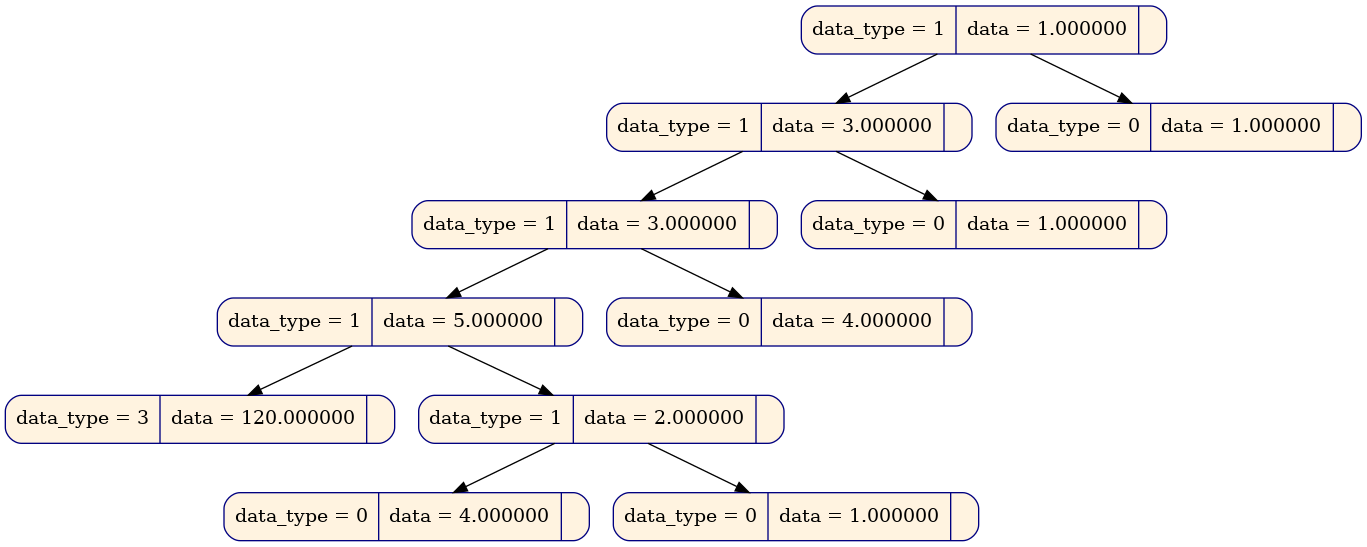
Earlier version of the Graphviz export diff_tree/gr_dump/res_tree_before_ret.dot.png (pupach/diff_tree). Its source is kept beside it as diff_tree/gr_dump/res_tree_before_ret.dot.
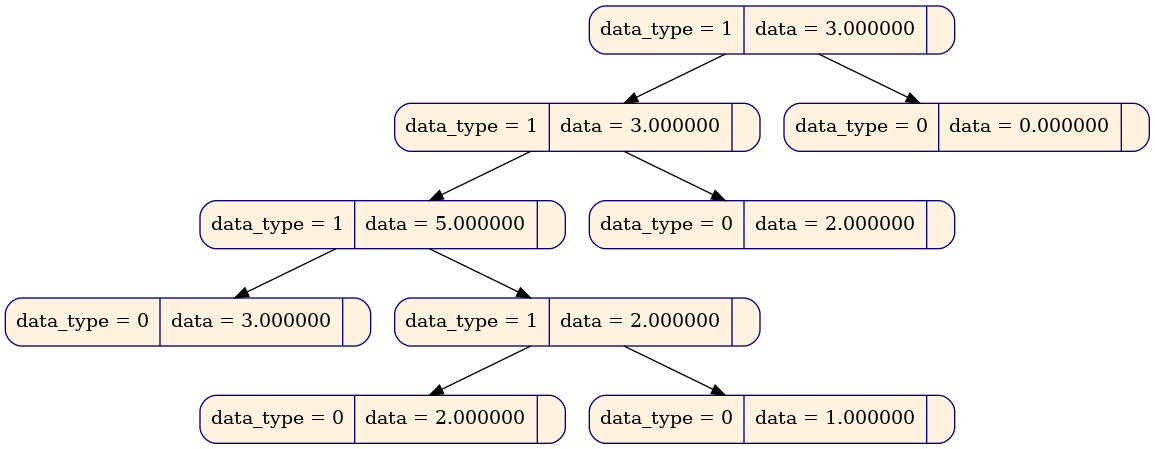
Above is the later version.

What changed in the source:
```diff
@@ -1,25 +1,21 @@
 digraph
 {
 node [shape = Mrecord, color  = "navy", style = "filled"];
-node0x620000000260[label = " data_type = 1 | data = 1.000000 | ", fillcolor = "#fff3e0", rank = 0];
-node0x61f000000200[label = " data_type = 1 | data = 3.000000 | ", fillcolor = "#fff3e0", rank = 1];
-node0x61e0000001a0[label = " data_type = 1 | data = 3.000000 | ", fillcolor = "#fff3e0", rank = 2];
-node0x61c000000140[label = " data_type = 1 | data = 5.000000 | ", fillcolor = "#fff3e0", rank = 3];
-node0x604000000050[label = " data_type = 3 | data = 120.000000 | ", fillcolor = "#fff3e0", rank = 4];
-node0x61c0000000b0[label = " data_type = 1 | data = 2.000000 | ", fillcolor = "#fff3e0", rank = 4];
-node0x61c0000000e0[label = " data_type = 0 | data = 4.000000 | ", fillcolor = "#fff3e0", rank = 5];
-node0x61c000000110[label = " data_type = 0 | data = 1.000000 | ", fillcolor = "#fff3e0", rank = 5];
-node0x61e000000170[label = " data_type = 0 | data = 4.000000 | ", fillcolor = "#fff3e0", rank = 3];
-node0x61f0000001d0[label = " data_type = 0 | data = 1.000000 | ", fillcolor = "#fff3e0", rank = 2];
-node0x620000000230[label = " data_type = 0 | data = 1.000000 | ", fillcolor = "#fff3e0", rank = 1];
-node0x620000000260 -> node0x61f000000200;
-node0x61f000000200 -> node0x61e0000001a0;
-node0x61e0000001a0 -> node0x61c000000140;
-node0x61c000000140 -> node0x604000000050;
-node0x61c000000140 -> node0x61c0000000b0;
-node0x61c0000000b0 -> node0x61c0000000e0;
-node0x61c0000000b0 -> node0x61c000000110;
-node0x61e0000001a0 -> node0x61e000000170;
-node0x61f000000200 -> node0x61f0000001d0;
-node0x620000000260 -> node0x620000000230;
+node0x6230000002c0[label = " data_type = 1 | data = 3.000000 | ", fillcolor = "#fff3e0", rank = 0];
+node0x622000000250[label = " data_type = 1 | data = 3.000000 | ", fillcolor = "#fff3e0", rank = 1];
+node0x620000000160[label = " data_type = 1 | data = 5.000000 | ", fillcolor = "#fff3e0", rank = 2];
+node0x619000000a80[label = " data_type = 0 | data = 3.000000 | ", fillcolor = "#fff3e0", rank = 3];
+node0x6200000000b8[label = " data_type = 1 | data = 2.000000 | ", fillcolor = "#fff3e0", rank = 3];
+node0x6200000000f0[label = " data_type = 0 | data = 2.000000 | ", fillcolor = "#fff3e0", rank = 4];
+node0x620000000128[label = " data_type = 0 | data = 1.000000 | ", fillcolor = "#fff3e0", rank = 4];
+node0x622000000218[label = " data_type = 0 | data = 2.000000 | ", fillcolor = "#fff3e0", rank = 2];
+node0x623000000288[label = " data_type = 0 | data = 0.000000 | ", fillcolor = "#fff3e0", rank = 1];
+node0x6230000002c0 -> node0x622000000250;
+node0x622000000250 -> node0x620000000160;
+node0x620000000160 -> node0x619000000a80;
+node0x620000000160 -> node0x6200000000b8;
+node0x6200000000b8 -> node0x6200000000f0;
+node0x6200000000b8 -> node0x620000000128;
+node0x622000000250 -> node0x622000000218;
+node0x6230000002c0 -> node0x623000000288;
 }
```
